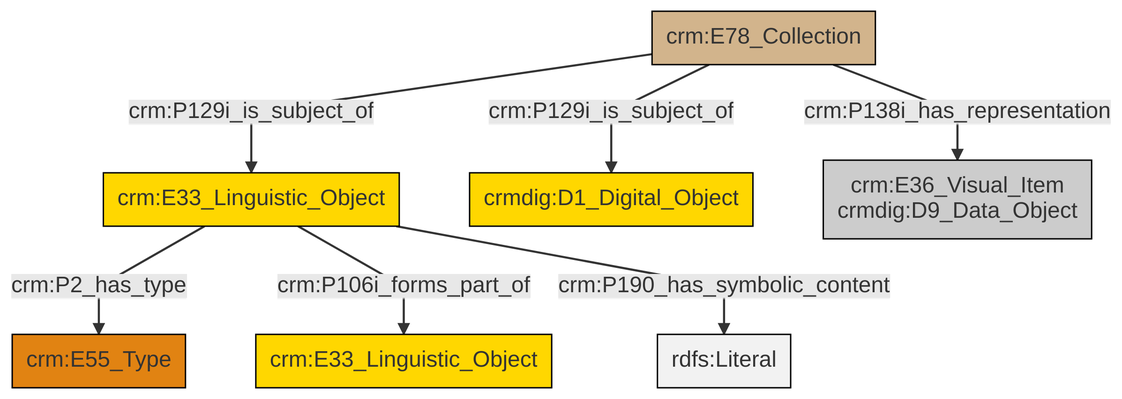
Before: et/archivalCSV/ttl/mmd/png/archival_docs.png, a diagram exported from Mermaid (swiss-art-research-net/docs.swissartresearch). Its source is kept beside it as et/archivalCSV/ttl/mmd/archival_docs.ttl.mmd.
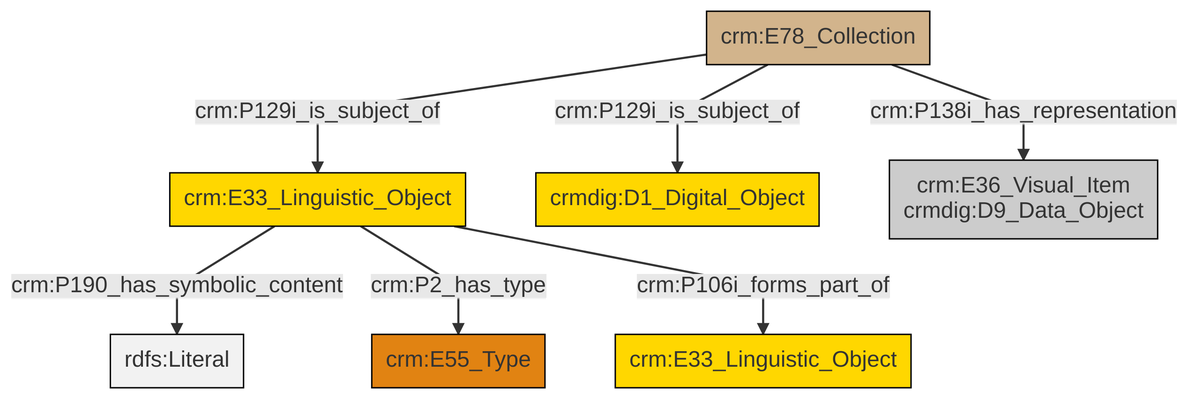
The same file after the commit.

Diff of the diagram source:
```diff
@@ -13,9 +13,9 @@
 classDef PC_Classes fill:#4ce600, stroke:#000000;
 classDef Multi fill:#cccccc,stroke:#000000;
 
-0["crm:E33_Linguistic_Object"]:::Conceptual_Object -->|crm:P2_has_type| 2["crm:E55_Type"]:::Type
-4["crm:E78_Collection"]:::Physical_Thing -->|crm:P129i_is_subject_of| 5["crmdig:D1_Digital_Object"]:::Conceptual_Object
-0["crm:E33_Linguistic_Object"]:::Conceptual_Object -->|crm:P106i_forms_part_of| 6["crm:E33_Linguistic_Object"]:::Conceptual_Object
-4["crm:E78_Collection"]:::Physical_Thing -->|crm:P138i_has_representation| 10["crm:E36_Visual_Item<br>crmdig:D9_Data_Object"]:::Multi
+0["crm:E33_Linguistic_Object"]:::Conceptual_Object -->|crm:P190_has_symbolic_content| 6[rdfs:Literal]:::Literal
+0["crm:E33_Linguistic_Object"]:::Conceptual_Object -->|crm:P2_has_type| 7["crm:E55_Type"]:::Type
+4["crm:E78_Collection"]:::Physical_Thing -->|crm:P138i_has_representation| 11["crm:E36_Visual_Item<br>crmdig:D9_Data_Object"]:::Multi
 4["crm:E78_Collection"]:::Physical_Thing -->|crm:P129i_is_subject_of| 0["crm:E33_Linguistic_Object"]:::Conceptual_Object
-0["crm:E33_Linguistic_Object"]:::Conceptual_Object -->|crm:P190_has_symbolic_content| 13[rdfs:Literal]:::Literal
+0["crm:E33_Linguistic_Object"]:::Conceptual_Object -->|crm:P106i_forms_part_of| 8["crm:E33_Linguistic_Object"]:::Conceptual_Object
+4["crm:E78_Collection"]:::Physical_Thing -->|crm:P129i_is_subject_of| 2["crmdig:D1_Digital_Object"]:::Conceptual_Object
```
